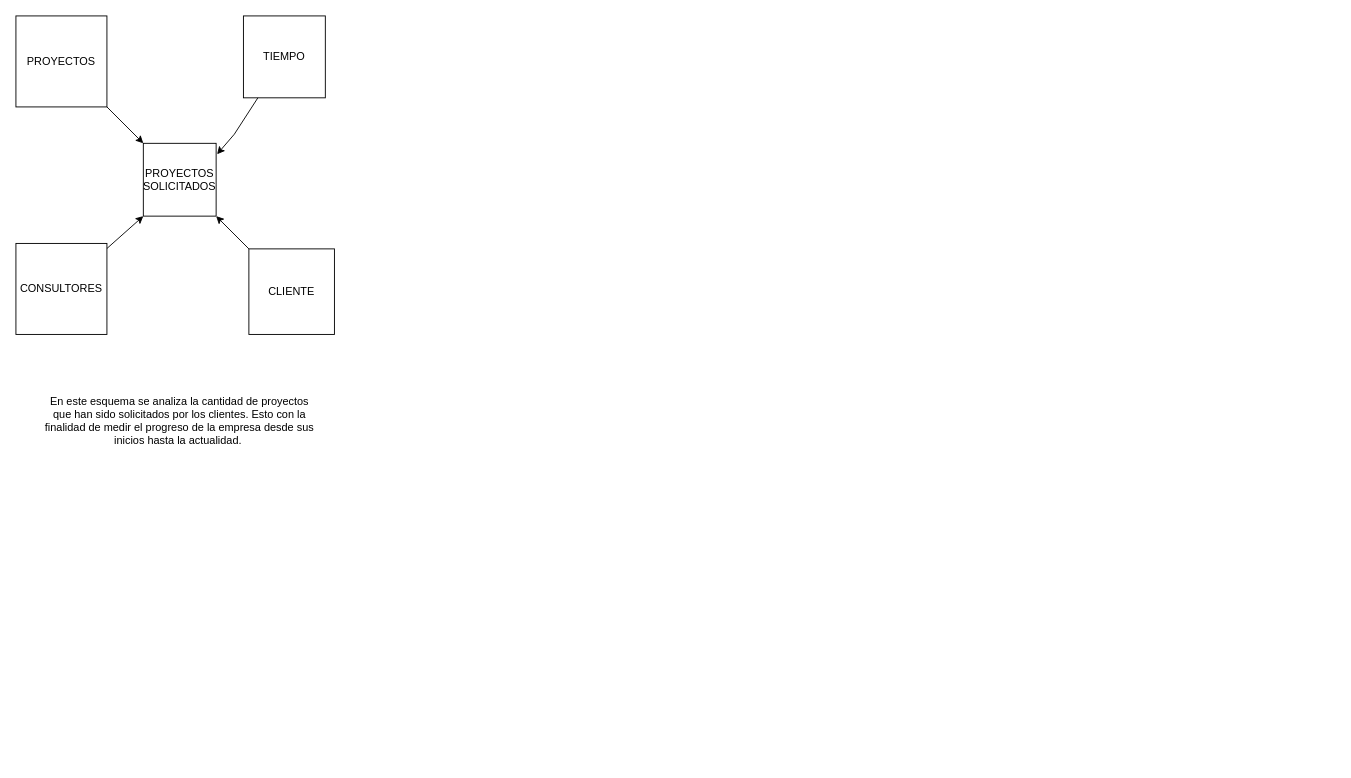
Earlier version of the draw.io diagram page "Esquema 3" (3 of 3) of Diagrama sin título.drawio (itslourdes/lourdesvaca). Source tidied: cells renumbered, new cells numbered last; positions are measured from the earlier drawing's top-left corner, leaving out a move shared by most shapes. Both pictures are drawn from the tidied source at 91%, with x=0, y=0 at pixel (15, 15).
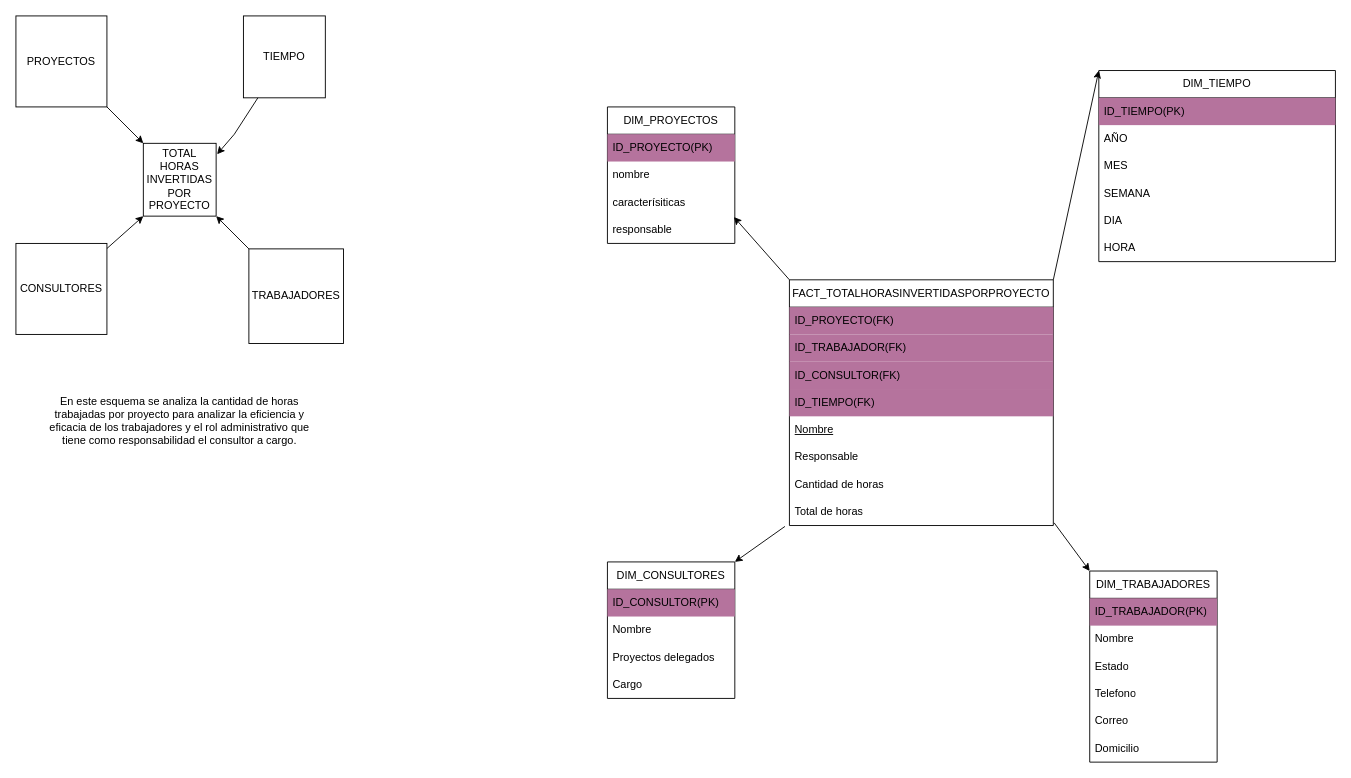
Above is the later version.

Change to the diagram source:
```diff
@@
-    <mxCell id="2" value="PROYECTOS SOLICITADOS" style="whiteSpace=wrap;html=1;" parent="1" vertex="1">
+    <mxCell id="2" value="TOTAL HORAS INVERTIDAS POR PROYECTO" style="whiteSpace=wrap;html=1;" parent="1" vertex="1">
       <mxGeometry x="140" y="140" width="80" height="80" as="geometry" />
     </mxCell>
@@
-    <mxCell id="4" value="CLIENTE" style="whiteSpace=wrap;html=1;" parent="1" vertex="1">
-      <mxGeometry x="256" y="256" width="94" height="94" as="geometry" />
+    <mxCell id="4" value="TRABAJADORES" style="whiteSpace=wrap;html=1;" parent="1" vertex="1">
+      <mxGeometry x="256" y="256" width="104" height="104" as="geometry" />
     </mxCell>
@@
-    <mxCell id="11" value="En este esquema se analiza la cantidad de proyectos que han sido solicitados por los clientes. Esto con la finalidad de medir el progreso de la empresa desde sus inicios hasta la actualidad.&amp;nbsp;" style="text;html=1;strokeColor=none;fillColor=none;align=center;verticalAlign=middle;whiteSpace=wrap;rounded=0;" parent="1" vertex="1">
+    <mxCell id="11" value="En este esquema se analiza la cantidad de horas trabajadas por proyecto para analizar la eficiencia y eficacia de los trabajadores y el rol administrativo que tiene como responsabilidad el consultor a cargo." style="text;html=1;strokeColor=none;fillColor=none;align=center;verticalAlign=middle;whiteSpace=wrap;rounded=0;" parent="1" vertex="1">
       <mxGeometry x="30" y="430" width="300" height="30" as="geometry" />
     </mxCell>
+    <mxCell id="12" value="FACT_TOTALHORASINVERTIDASPORPROYECTO" style="swimlane;fontStyle=0;horizontal=1;startSize=30;whiteSpace=wrap;html=1;" parent="1" vertex="1">
+      <mxGeometry x="850" y="290" width="290" height="270" as="geometry" />
+    </mxCell>
+    <mxCell id="13" value="ID_PROYECTO(FK)" style="text;strokeColor=none;fillColor=#B5739D;align=left;verticalAlign=middle;spacingLeft=4;spacingRight=4;overflow=hidden;whiteSpace=wrap;html=1;" parent="12" vertex="1">
+      <mxGeometry y="30" width="290" height="30" as="geometry" />
+    </mxCell>
+    <mxCell id="14" value="ID_TRABAJADOR(FK)" style="text;strokeColor=none;fillColor=#B5739D;align=left;verticalAlign=middle;spacingLeft=4;spacingRight=4;overflow=hidden;whiteSpace=wrap;html=1;" parent="12" vertex="1">
+      <mxGeometry y="60" width="290" height="30" as="geometry" />
+    </mxCell>
+    <mxCell id="15" value="ID_CONSULTOR(FK)" style="text;strokeColor=none;fillColor=#B5739D;align=left;verticalAlign=middle;spacingLeft=4;spacingRight=4;overflow=hidden;whiteSpace=wrap;html=1;" parent="12" vertex="1">
+      <mxGeometry y="90" width="290" height="30" as="geometry" />
+    </mxCell>
+    <mxCell id="16" value="ID_TIEMPO(FK)" style="text;strokeColor=none;fillColor=#B5739D;align=left;verticalAlign=middle;spacingLeft=4;spacingRight=4;overflow=hidden;whiteSpace=wrap;html=1;" parent="12" vertex="1">
+      <mxGeometry y="120" width="290" height="30" as="geometry" />
+    </mxCell>
+    <mxCell id="17" value="&lt;u&gt;Nombre&lt;/u&gt;" style="text;strokeColor=none;fillColor=none;align=left;verticalAlign=middle;spacingLeft=4;spacingRight=4;overflow=hidden;whiteSpace=wrap;html=1;" parent="12" vertex="1">
+      <mxGeometry y="150" width="290" height="30" as="geometry" />
+    </mxCell>
+    <mxCell id="18" value="Responsable" style="text;strokeColor=none;fillColor=none;align=left;verticalAlign=middle;spacingLeft=4;spacingRight=4;overflow=hidden;whiteSpace=wrap;html=1;" parent="12" vertex="1">
+      <mxGeometry y="180" width="290" height="30" as="geometry" />
+    </mxCell>
+    <mxCell id="19" value="Cantidad de horas" style="text;strokeColor=none;fillColor=none;align=left;verticalAlign=middle;spacingLeft=4;spacingRight=4;overflow=hidden;whiteSpace=wrap;html=1;" parent="12" vertex="1">
+      <mxGeometry y="210" width="290" height="30" as="geometry" />
+    </mxCell>
+    <mxCell id="20" value="Total de horas" style="text;strokeColor=none;fillColor=none;align=left;verticalAlign=middle;spacingLeft=4;spacingRight=4;overflow=hidden;points=[[0,0.5],[1,0.5]];portConstraint=eastwest;whiteSpace=wrap;html=1;" parent="12" vertex="1">
+      <mxGeometry y="240" width="290" height="30" as="geometry" />
+    </mxCell>
+    <mxCell id="21" value="DIM_TIEMPO" style="swimlane;fontStyle=0;horizontal=1;startSize=30;whiteSpace=wrap;html=1;" parent="1" vertex="1">
+      <mxGeometry x="1190" y="60" width="260" height="210" as="geometry" />
+    </mxCell>
+    <mxCell id="22" value="ID_TIEMPO(PK)" style="text;strokeColor=none;fillColor=#B5739D;align=left;verticalAlign=middle;spacingLeft=4;spacingRight=4;overflow=hidden;whiteSpace=wrap;html=1;" parent="21" vertex="1">
+      <mxGeometry y="30" width="260" height="30" as="geometry" />
+    </mxCell>
+    <mxCell id="23" value="AÑO" style="text;strokeColor=none;fillColor=none;align=left;verticalAlign=middle;spacingLeft=4;spacingRight=4;overflow=hidden;whiteSpace=wrap;html=1;" parent="21" vertex="1">
+      <mxGeometry y="60" width="260" height="30" as="geometry" />
+    </mxCell>
+    <mxCell id="24" value="MES" style="text;strokeColor=none;fillColor=none;align=left;verticalAlign=middle;spacingLeft=4;spacingRight=4;overflow=hidden;whiteSpace=wrap;html=1;" parent="21" vertex="1">
+      <mxGeometry y="90" width="260" height="30" as="geometry" />
+    </mxCell>
+    <mxCell id="25" value="SEMANA" style="text;strokeColor=none;fillColor=none;align=left;verticalAlign=middle;spacingLeft=4;spacingRight=4;overflow=hidden;whiteSpace=wrap;html=1;" parent="21" vertex="1">
+      <mxGeometry y="120" width="260" height="30" as="geometry" />
+    </mxCell>
+    <mxCell id="26" value="DIA" style="text;strokeColor=none;fillColor=none;align=left;verticalAlign=middle;spacingLeft=4;spacingRight=4;overflow=hidden;whiteSpace=wrap;html=1;" parent="21" vertex="1">
+      <mxGeometry y="150" width="260" height="30" as="geometry" />
+    </mxCell>
+    <mxCell id="27" value="HORA" style="text;strokeColor=none;fillColor=none;align=left;verticalAlign=middle;spacingLeft=4;spacingRight=4;overflow=hidden;whiteSpace=wrap;html=1;" parent="21" vertex="1">
+      <mxGeometry y="180" width="260" height="30" as="geometry" />
+    </mxCell>
+    <mxCell id="28" value="DIM_CONSULTORES" style="swimlane;fontStyle=0;horizontal=1;startSize=30;whiteSpace=wrap;html=1;" parent="1" vertex="1">
+      <mxGeometry x="650" y="600" width="140" height="150" as="geometry" />
+    </mxCell>
+    <mxCell id="29" value="ID_CONSULTOR(PK)" style="text;strokeColor=none;fillColor=#B5739D;align=left;verticalAlign=middle;spacingLeft=4;spacingRight=4;overflow=hidden;whiteSpace=wrap;html=1;" parent="28" vertex="1">
+      <mxGeometry y="30" width="140" height="30" as="geometry" />
+    </mxCell>
+    <mxCell id="30" value="Nombre" style="text;strokeColor=none;fillColor=none;align=left;verticalAlign=middle;spacingLeft=4;spacingRight=4;overflow=hidden;whiteSpace=wrap;html=1;" parent="28" vertex="1">
+      <mxGeometry y="60" width="140" height="30" as="geometry" />
+    </mxCell>
+    <mxCell id="31" value="Proyectos delegados" style="text;strokeColor=none;fillColor=none;align=left;verticalAlign=middle;spacingLeft=4;spacingRight=4;overflow=hidden;whiteSpace=wrap;html=1;" parent="28" vertex="1">
+      <mxGeometry y="90" width="140" height="30" as="geometry" />
+    </mxCell>
+    <mxCell id="32" value="Cargo" style="text;strokeColor=none;fillColor=none;align=left;verticalAlign=middle;spacingLeft=4;spacingRight=4;overflow=hidden;whiteSpace=wrap;html=1;" parent="28" vertex="1">
+      <mxGeometry y="120" width="140" height="30" as="geometry" />
+    </mxCell>
+    <mxCell id="33" value="DIM_TRABAJADORES" style="swimlane;fontStyle=0;horizontal=1;startSize=30;whiteSpace=wrap;html=1;" parent="1" vertex="1">
+      <mxGeometry x="1180" y="610" width="140" height="210" as="geometry" />
+    </mxCell>
+    <mxCell id="34" value="ID_TRABAJADOR(PK)" style="text;strokeColor=none;fillColor=#B5739D;align=left;verticalAlign=middle;spacingLeft=4;spacingRight=4;overflow=hidden;whiteSpace=wrap;html=1;" parent="33" vertex="1">
+      <mxGeometry y="30" width="140" height="30" as="geometry" />
+    </mxCell>
+    <mxCell id="35" value="Nombre" style="text;strokeColor=none;fillColor=none;align=left;verticalAlign=middle;spacingLeft=4;spacingRight=4;overflow=hidden;whiteSpace=wrap;html=1;" parent="33" vertex="1">
+      <mxGeometry y="60" width="140" height="30" as="geometry" />
+    </mxCell>
+    <mxCell id="36" value="Estado" style="text;strokeColor=none;fillColor=none;align=left;verticalAlign=middle;spacingLeft=4;spacingRight=4;overflow=hidden;whiteSpace=wrap;html=1;" parent="33" vertex="1">
+      <mxGeometry y="90" width="140" height="30" as="geometry" />
+    </mxCell>
+    <mxCell id="37" value="Telefono" style="text;strokeColor=none;fillColor=none;align=left;verticalAlign=middle;spacingLeft=4;spacingRight=4;overflow=hidden;whiteSpace=wrap;html=1;" parent="33" vertex="1">
+      <mxGeometry y="120" width="140" height="30" as="geometry" />
+    </mxCell>
+    <mxCell id="38" value="Correo" style="text;strokeColor=none;fillColor=none;align=left;verticalAlign=middle;spacingLeft=4;spacingRight=4;overflow=hidden;whiteSpace=wrap;html=1;" parent="33" vertex="1">
+      <mxGeometry y="150" width="140" height="30" as="geometry" />
+    </mxCell>
+    <mxCell id="39" value="Domicilio" style="text;strokeColor=none;fillColor=none;align=left;verticalAlign=middle;spacingLeft=4;spacingRight=4;overflow=hidden;whiteSpace=wrap;html=1;" parent="33" vertex="1">
+      <mxGeometry y="180" width="140" height="30" as="geometry" />
+    </mxCell>
+    <mxCell id="40" value="DIM_PROYECTOS" style="swimlane;fontStyle=0;horizontal=1;startSize=30;whiteSpace=wrap;html=1;" parent="1" vertex="1">
+      <mxGeometry x="650" y="100" width="140" height="150" as="geometry" />
+    </mxCell>
+    <mxCell id="41" value="ID_PROYECTO(PK)" style="text;strokeColor=none;fillColor=#B5739D;align=left;verticalAlign=middle;spacingLeft=4;spacingRight=4;overflow=hidden;whiteSpace=wrap;html=1;" parent="40" vertex="1">
+      <mxGeometry y="30" width="140" height="30" as="geometry" />
+    </mxCell>
+    <mxCell id="42" value="nombre" style="text;strokeColor=none;fillColor=none;align=left;verticalAlign=middle;spacingLeft=4;spacingRight=4;overflow=hidden;whiteSpace=wrap;html=1;" parent="40" vertex="1">
+      <mxGeometry y="60" width="140" height="30" as="geometry" />
+    </mxCell>
+    <mxCell id="43" value="caracterísiticas" style="text;strokeColor=none;fillColor=none;align=left;verticalAlign=middle;spacingLeft=4;spacingRight=4;overflow=hidden;points=[[0,0.5],[1,0.5]];portConstraint=eastwest;whiteSpace=wrap;html=1;" parent="40" vertex="1">
+      <mxGeometry y="90" width="140" height="30" as="geometry" />
+    </mxCell>
+    <mxCell id="44" value="responsable" style="text;strokeColor=none;fillColor=none;align=left;verticalAlign=middle;spacingLeft=4;spacingRight=4;overflow=hidden;whiteSpace=wrap;html=1;" parent="40" vertex="1">
+      <mxGeometry y="120" width="140" height="30" as="geometry" />
+    </mxCell>
+    <mxCell id="45" style="rounded=0;jettySize=auto;html=1;exitX=1.003;exitY=0.9;exitDx=0;exitDy=0;exitPerimeter=0;entryX=0;entryY=0;entryDx=0;entryDy=0;" parent="1" edge="1" source="20" target="33">
+      <mxGeometry relative="1" as="geometry" />
+    </mxCell>
+    <mxCell id="46" style="rounded=0;jettySize=auto;html=1;exitX=-0.017;exitY=1.033;exitDx=0;exitDy=0;exitPerimeter=0;entryX=1;entryY=0;entryDx=0;entryDy=0;" parent="1" edge="1" source="20" target="28">
+      <mxGeometry relative="1" as="geometry" />
+    </mxCell>
+    <mxCell id="47" style="rounded=0;jettySize=auto;html=1;entryX=0;entryY=0;entryDx=0;entryDy=0;exitX=1;exitY=0;exitDx=0;exitDy=0;" parent="1" edge="1" source="12" target="21">
+      <mxGeometry relative="1" as="geometry" />
+    </mxCell>
+    <mxCell id="48" style="rounded=0;jettySize=auto;html=1;entryX=0.993;entryY=1.033;entryDx=0;entryDy=0;exitX=0;exitY=0;exitDx=0;exitDy=0;entryPerimeter=0;" parent="1" edge="1" source="12" target="43">
+      <mxGeometry relative="1" as="geometry" />
+    </mxCell>
```
